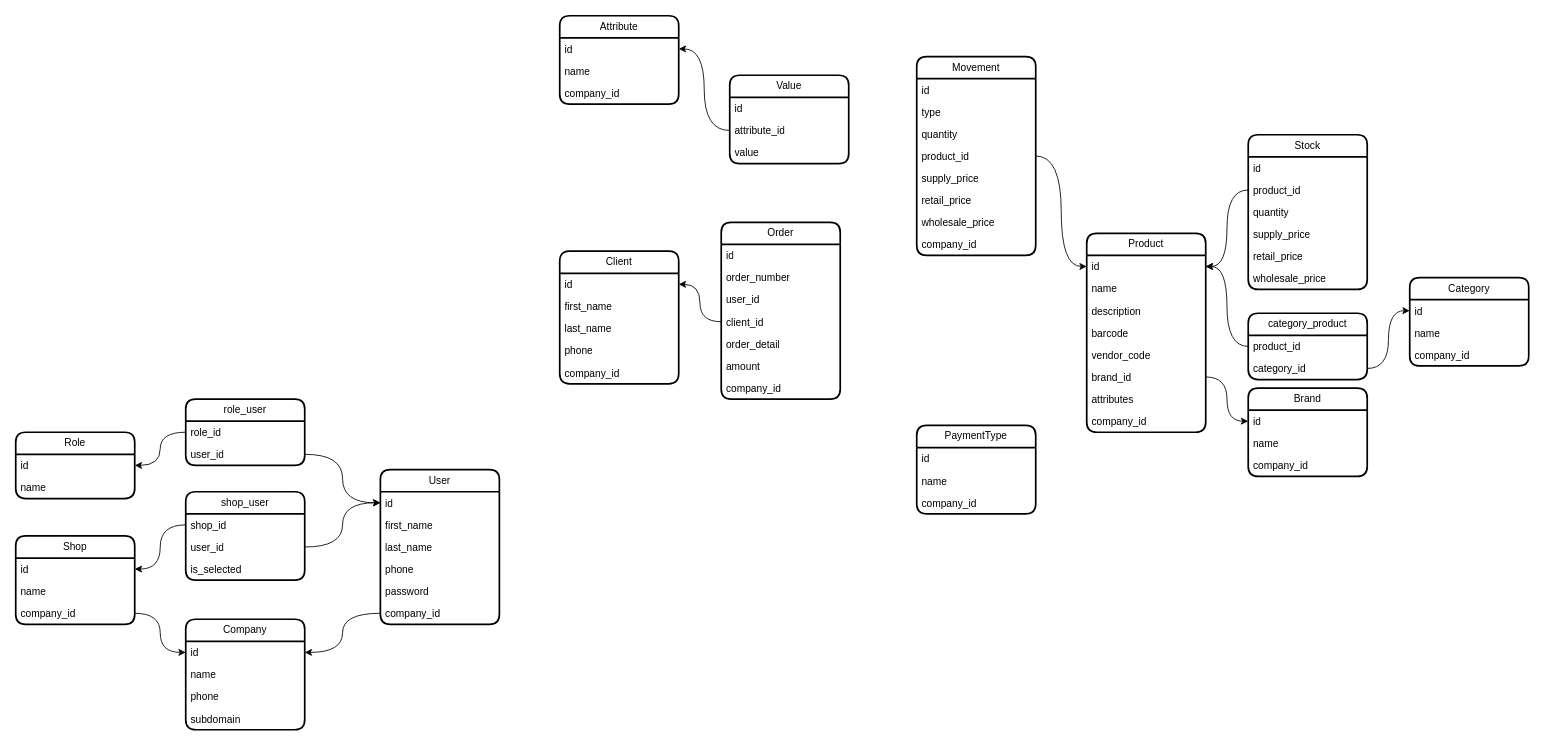
Before: page "v3" (1 of 3) of karsoft-wsm.drawio in iztileuoff/databases, a draw.io diagram. Source tidied: cells renumbered, new cells numbered last; positions are measured from the earlier drawing's top-left corner, leaving out a move shared by most shapes. Both pictures are drawn from the tidied source at 85%, with x=0, y=0 at pixel (15, 15).
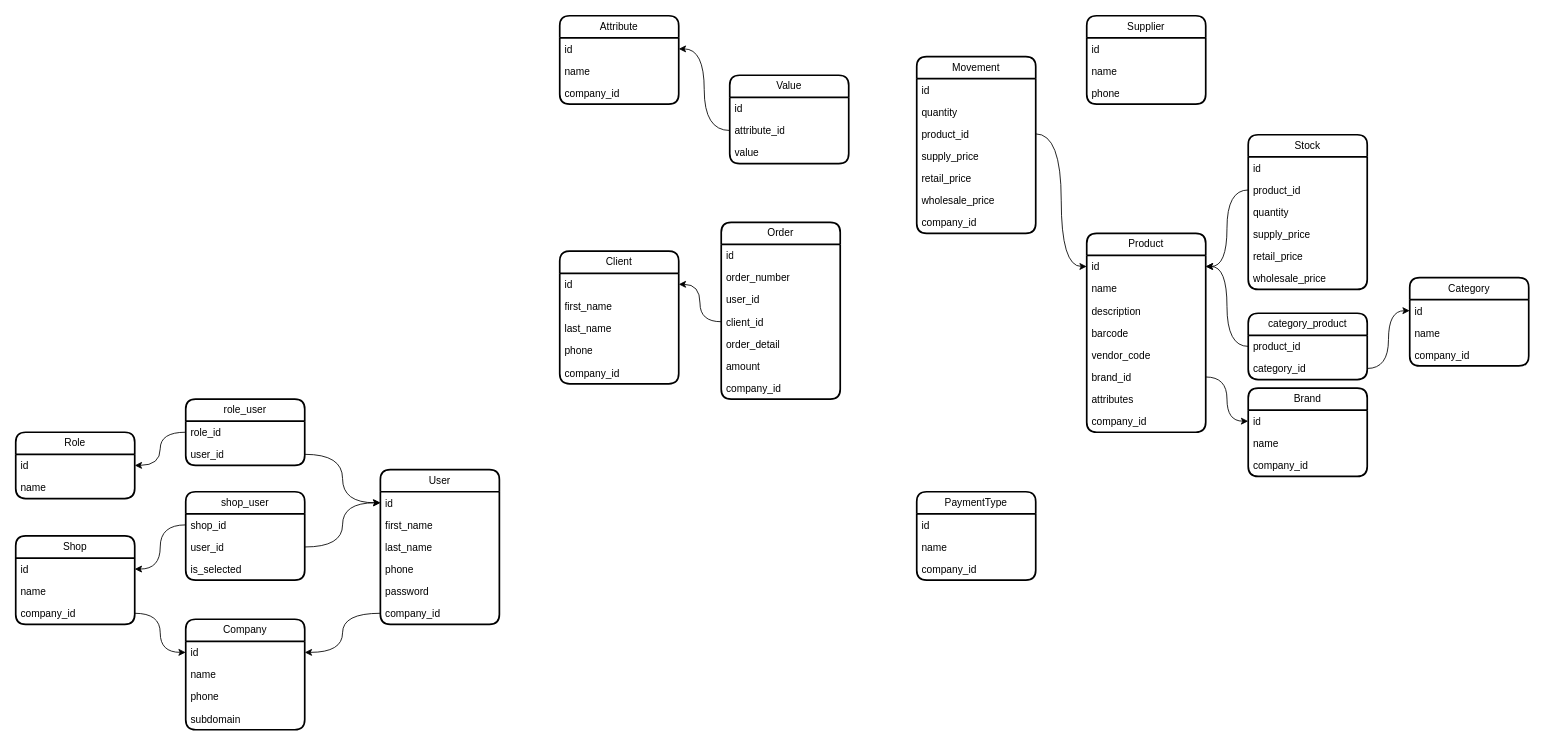
Above is the later version.

What changed in the source:
```diff
@@
     <mxCell id="42" value="PaymentType" style="swimlane;fontStyle=0;horizontal=1;startSize=26;fillColor=none;whiteSpace=wrap;html=1;rounded=1;shadow=0;glass=0;strokeWidth=2;" parent="1" vertex="1">
-      <mxGeometry x="1060" y="482" width="140" height="104" as="geometry" />
+      <mxGeometry x="1060" y="560" width="140" height="104" as="geometry" />
     </mxCell>
@@
     <mxCell id="46" value="Movement" style="swimlane;fontStyle=0;horizontal=1;startSize=26;fillColor=none;whiteSpace=wrap;html=1;rounded=1;shadow=0;glass=0;strokeWidth=2;" parent="1" vertex="1">
-      <mxGeometry x="1060" y="48" width="140" height="234" as="geometry" />
+      <mxGeometry x="1060" y="48" width="140" height="208" as="geometry" />
     </mxCell>
@@
-    <mxCell id="48" value="type" style="text;strokeColor=none;fillColor=none;align=left;verticalAlign=top;spacingLeft=4;spacingRight=4;overflow=hidden;whiteSpace=wrap;html=1;" parent="46" vertex="1">
-      <mxGeometry y="52" width="140" height="26" as="geometry" />
-    </mxCell>
     <mxCell id="49" value="quantity" style="text;strokeColor=none;fillColor=none;align=left;verticalAlign=top;spacingLeft=4;spacingRight=4;overflow=hidden;whiteSpace=wrap;html=1;" parent="46" vertex="1">
-      <mxGeometry y="78" width="140" height="26" as="geometry" />
+      <mxGeometry y="52" width="140" height="26" as="geometry" />
     </mxCell>
     <mxCell id="50" value="product_id" style="text;strokeColor=none;fillColor=none;align=left;verticalAlign=top;spacingLeft=4;spacingRight=4;overflow=hidden;points=[[0,0.5],[1,0.5]];portConstraint=eastwest;whiteSpace=wrap;html=1;" parent="46" vertex="1">
-      <mxGeometry y="104" width="140" height="26" as="geometry" />
+      <mxGeometry y="78" width="140" height="26" as="geometry" />
     </mxCell>
     <mxCell id="51" value="supply_price" style="text;strokeColor=none;fillColor=none;align=left;verticalAlign=top;spacingLeft=4;spacingRight=4;overflow=hidden;whiteSpace=wrap;html=1;" parent="46" vertex="1">
-      <mxGeometry y="130" width="140" height="26" as="geometry" />
+      <mxGeometry y="104" width="140" height="26" as="geometry" />
     </mxCell>
     <mxCell id="52" value="retail_price" style="text;strokeColor=none;fillColor=none;align=left;verticalAlign=top;spacingLeft=4;spacingRight=4;overflow=hidden;whiteSpace=wrap;html=1;" parent="46" vertex="1">
-      <mxGeometry y="156" width="140" height="26" as="geometry" />
+      <mxGeometry y="130" width="140" height="26" as="geometry" />
     </mxCell>
     <mxCell id="53" value="wholesale_price" style="text;strokeColor=none;fillColor=none;align=left;verticalAlign=top;spacingLeft=4;spacingRight=4;overflow=hidden;whiteSpace=wrap;html=1;" parent="46" vertex="1">
-      <mxGeometry y="182" width="140" height="26" as="geometry" />
+      <mxGeometry y="156" width="140" height="26" as="geometry" />
     </mxCell>
     <mxCell id="54" value="company_id" style="text;strokeColor=none;fillColor=none;align=left;verticalAlign=top;spacingLeft=4;spacingRight=4;overflow=hidden;whiteSpace=wrap;html=1;" parent="46" vertex="1">
-      <mxGeometry y="208" width="140" height="26" as="geometry" />
+      <mxGeometry y="182" width="140" height="26" as="geometry" />
     </mxCell>
@@
+    <mxCell id="103" value="Supplier" style="swimlane;fontStyle=0;horizontal=1;startSize=26;fillColor=none;whiteSpace=wrap;html=1;rounded=1;shadow=0;glass=0;strokeWidth=2;" parent="1" vertex="1">
+      <mxGeometry x="1260" width="140" height="104" as="geometry" />
+    </mxCell>
+    <mxCell id="104" value="id" style="text;strokeColor=none;fillColor=none;align=left;verticalAlign=top;spacingLeft=4;spacingRight=4;overflow=hidden;whiteSpace=wrap;html=1;" parent="103" vertex="1">
+      <mxGeometry y="26" width="140" height="26" as="geometry" />
+    </mxCell>
+    <mxCell id="105" value="name" style="text;strokeColor=none;fillColor=none;align=left;verticalAlign=top;spacingLeft=4;spacingRight=4;overflow=hidden;whiteSpace=wrap;html=1;" parent="103" vertex="1">
+      <mxGeometry y="52" width="140" height="26" as="geometry" />
+    </mxCell>
+    <mxCell id="106" value="phone" style="text;strokeColor=none;fillColor=none;align=left;verticalAlign=top;spacingLeft=4;spacingRight=4;overflow=hidden;whiteSpace=wrap;html=1;" parent="103" vertex="1">
+      <mxGeometry y="78" width="140" height="26" as="geometry" />
+    </mxCell>
```
